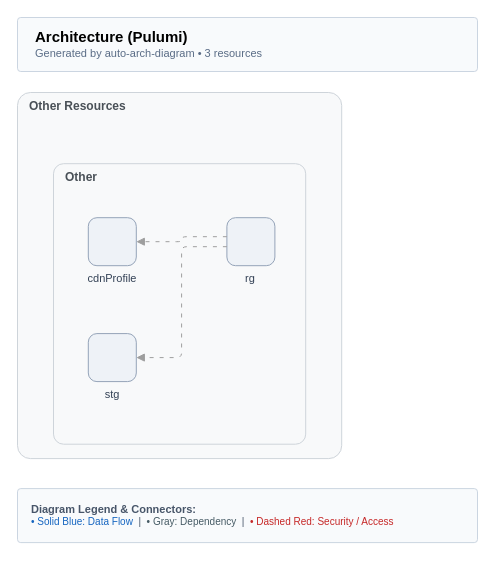
This is examples/serverless-website/azure/pulumi/architecture-diagram.drawio from suryakumaran2611/auto-arch-diagram, a draw.io file, before an edit. Source tidied: cells renumbered, new cells numbered last; positions are measured from the earlier drawing's top-left corner, leaving out a move shared by most shapes. Both pictures are drawn from the tidied source at 100%, with x=0, y=0 at pixel (17, 17).
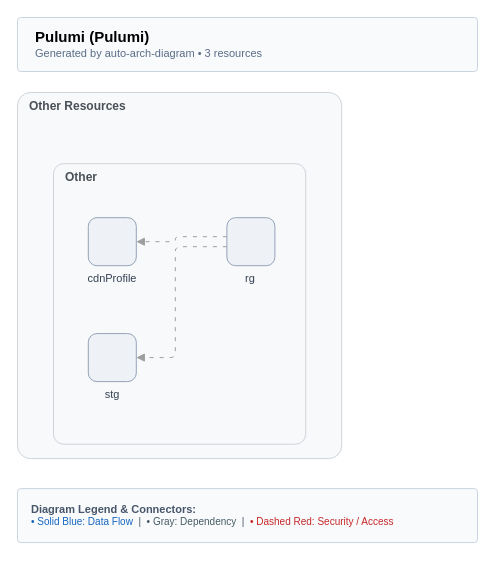
After the change.

Change to the diagram source:
```diff
@@
 <mxGraphModel background="#FFFFFF">
   <root>
     <mxCell id="0" />
     <mxCell id="1" parent="0" />
-    <mxCell id="2" value="&lt;b style='font-size:15px;'&gt;Architecture (Pulumi)&lt;/b&gt;&lt;br/&gt;&lt;span style='font-size:11px;color:#5A6C86;'&gt;Generated by auto-arch-diagram &amp;bull; 3 resources&lt;/span&gt;" style="rounded=1;whiteSpace=wrap;html=1;arcSize=6;fillColor=#F8FAFC;strokeColor=#CBD5E1;strokeWidth=1;align=left;spacingLeft=16;verticalAlign=middle;" parent="1" vertex="1">
+    <mxCell id="2" value="&lt;b style='font-size:15px;'&gt;Pulumi (Pulumi)&lt;/b&gt;&lt;br/&gt;&lt;span style='font-size:11px;color:#5A6C86;'&gt;Generated by auto-arch-diagram &amp;bull; 3 resources&lt;/span&gt;" style="rounded=1;whiteSpace=wrap;html=1;arcSize=6;fillColor=#F8FAFC;strokeColor=#CBD5E1;strokeWidth=1;align=left;spacingLeft=16;verticalAlign=middle;" parent="1" vertex="1">
       <mxGeometry width="460" height="54" as="geometry" />
     </mxCell>
     <mxCell id="3" value="Other Resources" style="rounded=1;whiteSpace=wrap;html=1;arcSize=4;verticalAlign=top;align=left;spacingLeft=10;fontSize=12;fontStyle=1;fillColor=#F8F9FA;strokeColor=#CED4DA;fontColor=#495057;" parent="1" vertex="1">
       <mxGeometry y="75" width="324.2" height="366.1" as="geometry" />
     </mxCell>
     <mxCell id="4" value="Other" style="rounded=1;whiteSpace=wrap;html=1;arcSize=4;verticalAlign=top;align=left;spacingLeft=10;fontSize=12;fontStyle=1;fillColor=#F8F9FA;strokeColor=#CED4DA;fontColor=#495057;" parent="3" vertex="1">
       <mxGeometry x="36" y="71.2" width="252.2" height="280.5" as="geometry" />
     </mxCell>
     <mxCell id="5" value="cdnProfile" style="rounded=1;whiteSpace=wrap;html=1;arcSize=18;fillColor=#EEF2F7;strokeColor=#94A3B8;verticalLabelPosition=bottom;verticalAlign=top;fontSize=11;fontColor=#334155;" parent="4" vertex="1">
       <mxGeometry x="34.8" y="54" width="48" height="48" as="geometry" />
     </mxCell>
     <mxCell id="6" value="rg" style="rounded=1;whiteSpace=wrap;html=1;arcSize=18;fillColor=#EEF2F7;strokeColor=#94A3B8;verticalLabelPosition=bottom;verticalAlign=top;fontSize=11;fontColor=#334155;" parent="4" vertex="1">
       <mxGeometry x="173.4" y="54" width="48" height="48" as="geometry" />
     </mxCell>
     <mxCell id="7" value="stg" style="rounded=1;whiteSpace=wrap;html=1;arcSize=18;fillColor=#EEF2F7;strokeColor=#94A3B8;verticalLabelPosition=bottom;verticalAlign=top;fontSize=11;fontColor=#334155;" parent="4" vertex="1">
       <mxGeometry x="34.8" y="169.9" width="48" height="48" as="geometry" />
     </mxCell>
     <mxCell id="8" value="&lt;b style='font-size:11px;'&gt;Diagram Legend &amp;amp; Connectors:&lt;/b&gt;&lt;br/&gt;&lt;span style='color:#1565C0;'&gt;&amp;bull; Solid Blue: Data Flow&lt;/span&gt; &amp;nbsp;|&amp;nbsp; &lt;span style='color:#455A64;'&gt;&amp;bull; Gray: Dependency&lt;/span&gt; &amp;nbsp;|&amp;nbsp; &lt;span style='color:#C62828;'&gt;&amp;bull; Dashed Red: Security / Access&lt;/span&gt;" style="rounded=1;whiteSpace=wrap;html=1;arcSize=6;fillColor=#F8FAFC;strokeColor=#CBD5E1;strokeWidth=1;fontSize=10;fontColor=#475569;align=left;spacingLeft=12;spacingRight=12;verticalAlign=middle;" parent="1" vertex="1">
       <mxGeometry y="471.1" width="460" height="54" as="geometry" />
     </mxCell>
-    <mxCell id="9" style="edgeStyle=orthogonalEdgeStyle;rounded=1;arcSize=10;html=1;jettySize=14;curved=0;strokeColor=#9E9E9E;strokeWidth=1.0;dashed=1;dashPattern=4 6;fixDash=1;endArrow=block;endFill=1;endArrowSize=5;exitX=0;exitY=0.5;exitDx=0;exitDy=-5;entryX=1;entryY=0.5;entryDx=0;entryDy=0;" parent="1" edge="1" source="6" target="5">
-      <mxGeometry relative="1" as="geometry" />
+    <mxCell id="9" style="edgeStyle=orthogonalEdgeStyle;rounded=1;arcSize=10;html=1;jettySize=auto;curved=0;jumpStyle=arc;jumpSize=6;strokeColor=#9E9E9E;strokeWidth=1.0;dashed=1;dashPattern=4 6;fixDash=1;endArrow=block;endFill=1;endArrowSize=5;exitX=0;exitY=0.5;exitDx=0;exitDy=-5;entryX=1;entryY=0.5;entryDx=0;entryDy=0;" parent="1" edge="1" source="6" target="5">
+      <mxGeometry relative="1" as="geometry">
+        <Array as="points">
+          <mxPoint x="157.8" y="219.2" />
+          <mxPoint x="157.8" y="224.2" />
+        </Array>
+      </mxGeometry>
     </mxCell>
-    <mxCell id="10" style="edgeStyle=orthogonalEdgeStyle;rounded=1;arcSize=10;html=1;jettySize=14;curved=0;strokeColor=#9E9E9E;strokeWidth=1.0;dashed=1;dashPattern=4 6;fixDash=1;endArrow=block;endFill=1;endArrowSize=5;exitX=0;exitY=0.5;exitDx=0;exitDy=5;entryX=1;entryY=0.5;entryDx=0;entryDy=0;" parent="1" edge="1" source="6" target="7">
-      <mxGeometry relative="1" as="geometry" />
+    <mxCell id="10" style="edgeStyle=orthogonalEdgeStyle;rounded=1;arcSize=10;html=1;jettySize=auto;curved=0;jumpStyle=arc;jumpSize=6;strokeColor=#9E9E9E;strokeWidth=1.0;dashed=1;dashPattern=4 6;fixDash=1;endArrow=block;endFill=1;endArrowSize=5;exitX=0;exitY=0.5;exitDx=0;exitDy=5;entryX=1;entryY=0.5;entryDx=0;entryDy=0;" parent="1" edge="1" source="6" target="7">
+      <mxGeometry relative="1" as="geometry">
+        <Array as="points">
+          <mxPoint x="157.8" y="229.2" />
+          <mxPoint x="157.8" y="340.1" />
+        </Array>
+      </mxGeometry>
     </mxCell>
   </root>
 </mxGraphModel>
```
